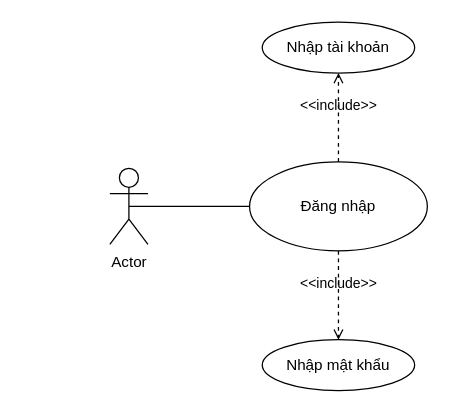
hieuNV0871/da keeps this draw.io diagram as UC/UC_DANGNHAP.drawio. Above is the earlier version. Source tidied: cells renumbered, new cells numbered last; positions are measured from the earlier drawing's top-left corner, leaving out a move shared by most shapes. Both pictures are drawn from the tidied source at 127%, with x=0, y=0 at pixel (109, 22).
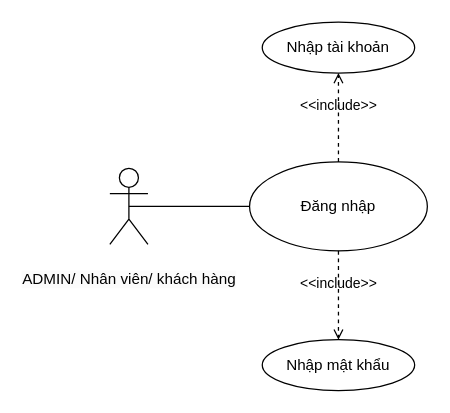
The same page after the edit.

What changed in the source:
```diff
@@
 <mxGraphModel>
   <root>
     <mxCell id="0" />
     <mxCell id="1" parent="0" />
-    <mxCell id="2" value="Actor" style="shape=umlActor;verticalLabelPosition=bottom;verticalAlign=top;html=1;outlineConnect=0;" parent="1" vertex="1">
+    <mxCell id="2" value="&#10;&lt;span style=&quot;color: rgb(0, 0, 0); font-family: Helvetica; font-size: 12px; font-style: normal; font-variant-ligatures: normal; font-variant-caps: normal; font-weight: 400; letter-spacing: normal; orphans: 2; text-align: center; text-indent: 0px; text-transform: none; widows: 2; word-spacing: 0px; -webkit-text-stroke-width: 0px; background-color: rgb(251, 251, 251); text-decoration-thickness: initial; text-decoration-style: initial; text-decoration-color: initial; float: none; display: inline !important;&quot;&gt;ADMIN/ Nhân viên/ khách hàng&lt;/span&gt;&#10;&#10;" style="shape=umlActor;verticalLabelPosition=bottom;verticalAlign=top;html=1;outlineConnect=0;" parent="1" vertex="1">
       <mxGeometry y="115" width="30" height="60" as="geometry" />
     </mxCell>
     <mxCell id="3" value="&amp;lt;&amp;lt;include&amp;gt;&amp;gt;" style="html=1;verticalAlign=bottom;labelBackgroundColor=none;endArrow=open;endFill=0;dashed=1;rounded=0;exitX=0.5;exitY=0;exitDx=0;exitDy=0;entryX=0.5;entryY=1;entryDx=0;entryDy=0;" parent="1" edge="1" source="4" target="5">
       <mxGeometry relative="1" as="geometry" />
     </mxCell>
     <mxCell id="4" value="Đăng nhập" style="ellipse;whiteSpace=wrap;html=1;" parent="1" vertex="1">
       <mxGeometry x="110" y="110" width="140" height="70" as="geometry" />
     </mxCell>
     <mxCell id="5" value="Nhập tài khoản" style="ellipse;whiteSpace=wrap;html=1;" parent="1" vertex="1">
       <mxGeometry x="120" width="120" height="40" as="geometry" />
     </mxCell>
     <mxCell id="6" value="Nhập mật khẩu" style="ellipse;whiteSpace=wrap;html=1;" parent="1" vertex="1">
       <mxGeometry x="120" y="250" width="120" height="40" as="geometry" />
     </mxCell>
     <mxCell id="7" value="&amp;lt;&amp;lt;include&amp;gt;&amp;gt;" style="html=1;verticalAlign=bottom;labelBackgroundColor=none;endArrow=open;endFill=0;dashed=1;rounded=0;exitX=0.5;exitY=1;exitDx=0;exitDy=0;entryX=0.5;entryY=0;entryDx=0;entryDy=0;" parent="1" edge="1" source="4" target="6">
       <mxGeometry relative="1" as="geometry" />
     </mxCell>
     <mxCell id="8" style="endArrow=none;html=1;rounded=0;exitX=0.5;exitY=0.5;exitDx=0;exitDy=0;exitPerimeter=0;entryX=0;entryY=0.5;entryDx=0;entryDy=0;" parent="1" edge="1" source="2" target="4">
       <mxGeometry relative="1" as="geometry" />
     </mxCell>
   </root>
 </mxGraphModel>
```
